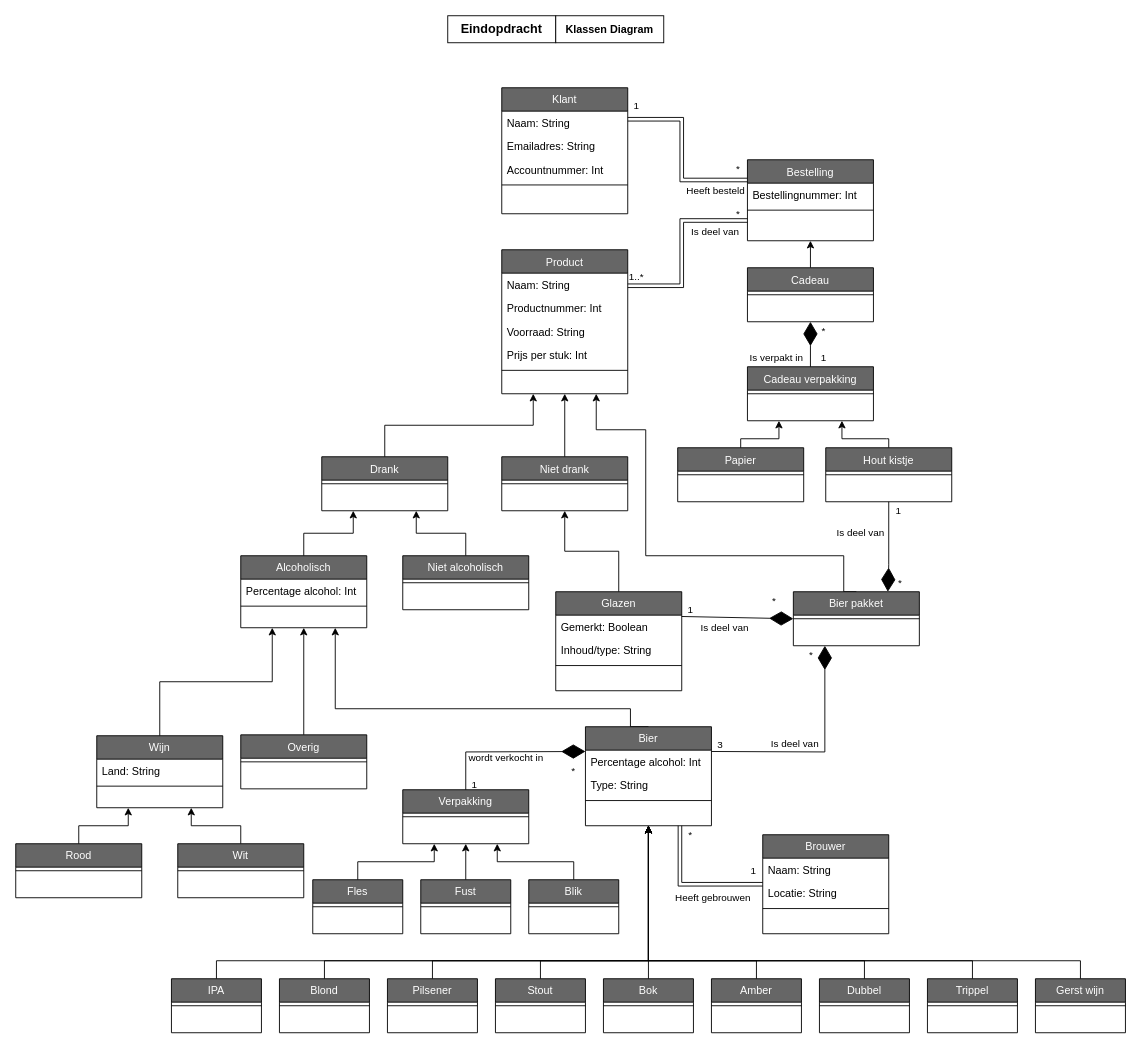
Above: page "Class_diagram" (5 of 5) of ProcesanalyseEindopdracht.drawio in EMB20/Procesanalyse (draw.io), before the change. Source tidied: cells renumbered, new cells numbered last; positions are measured from the earlier drawing's top-left corner, leaving out a move shared by most shapes. Both pictures are drawn from the tidied source at 90%, with x=0, y=0 at pixel (15, 15).
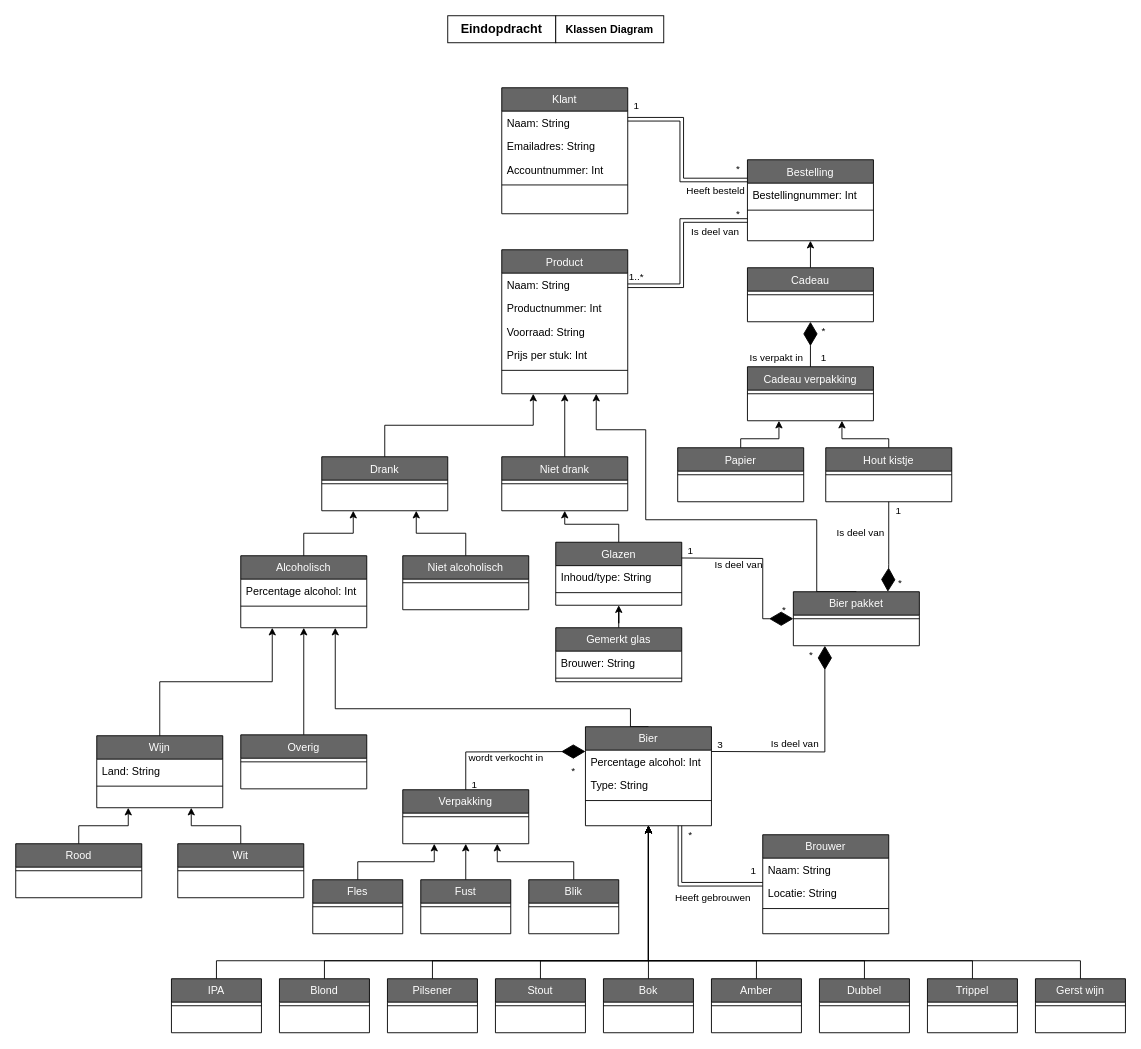
After the change.

Unchanged cells that the change refers to:
```xml
<mxCell id="5" value="Product" style="swimlane;fontStyle=0;align=center;verticalAlign=top;horizontal=1;startSize=26;rounded=0;shadow=0;strokeWidth=1;fillColor=#666666;fontColor=#FFFFFF;" parent="1" vertex="1">
  <mxGeometry x="540" y="260" width="140" height="160" as="geometry" />
</mxCell>
<mxCell id="105" value="Bier pakket" style="swimlane;fontStyle=0;align=center;verticalAlign=top;horizontal=1;startSize=26;rounded=0;shadow=0;strokeWidth=1;fillColor=#666666;fontColor=#FFFFFF;" parent="1" vertex="1">
  <mxGeometry x="864" y="640" width="140" height="60" as="geometry" />
</mxCell>
```

What changed in the source:
```diff
@@
     <mxCell id="18" value="Glazen" style="swimlane;fontStyle=0;align=center;verticalAlign=top;horizontal=1;startSize=26;rounded=0;shadow=0;strokeWidth=1;fillColor=#666666;fontColor=#FFFFFF;" parent="1" vertex="1">
-      <mxGeometry x="600" y="640" width="140" height="110" as="geometry" />
+      <mxGeometry x="600" y="585" width="140" height="70" as="geometry" />
     </mxCell>
-    <mxCell id="19" value="Gemerkt: Boolean" style="text;align=left;verticalAlign=top;spacingLeft=4;spacingRight=4;overflow=hidden;" parent="18" vertex="1">
-      <mxGeometry y="26" width="140" height="26" as="geometry" />
-    </mxCell>
     <mxCell id="20" value="Inhoud/type: String" style="text;align=left;verticalAlign=top;spacingLeft=4;spacingRight=4;overflow=hidden;rounded=0;shadow=0;html=0;" parent="18" vertex="1">
-      <mxGeometry y="52" width="140" height="26" as="geometry" />
+      <mxGeometry y="26" width="140" height="26" as="geometry" />
     </mxCell>
     <mxCell id="21" style="line;html=1;strokeWidth=1;align=left;verticalAlign=middle;spacingTop=-1;spacingLeft=3;spacingRight=3;labelPosition=right;" parent="18" vertex="1">
-      <mxGeometry y="78" width="140" height="8" as="geometry" />
+      <mxGeometry y="52" width="140" height="8" as="geometry" />
     </mxCell>
@@
     <mxCell id="104" style="edgeStyle=orthogonalEdgeStyle;rounded=0;jettySize=auto;html=1;exitX=0.5;exitY=0;exitDx=0;exitDy=0;entryX=0.75;entryY=1;entryDx=0;entryDy=0;" parent="1" edge="1" source="105" target="5">
       <mxGeometry relative="1" as="geometry">
         <Array as="points">
-          <mxPoint x="920" y="600" />
-          <mxPoint x="700" y="600" />
+          <mxPoint x="890" y="640" />
+          <mxPoint x="890" y="560" />
+          <mxPoint x="700" y="560" />
           <mxPoint x="700" y="460" />
           <mxPoint x="645" y="460" />
         </Array>
       </mxGeometry>
     </mxCell>
@@
     <mxCell id="107" style="endArrow=diamondThin;endFill=1;endSize=24;html=1;rounded=0;exitX=1;exitY=0.25;exitDx=0;exitDy=0;entryX=0;entryY=0.5;entryDx=0;entryDy=0;" parent="1" edge="1" source="18" target="105">
-      <mxGeometry relative="1" as="geometry" />
+      <mxGeometry relative="1" as="geometry">
+        <Array as="points">
+          <mxPoint x="830" y="603" />
+          <mxPoint x="830" y="670" />
+        </Array>
+      </mxGeometry>
     </mxCell>
@@
     <mxCell id="131" value="*" style="text;html=1;align=center;verticalAlign=middle;whiteSpace=wrap;rounded=0;fontSize=11;" parent="1" vertex="1">
-      <mxGeometry x="833" y="640" width="20" height="20" as="geometry" />
+      <mxGeometry x="844" y="650" width="20" height="20" as="geometry" />
     </mxCell>
@@
     <mxCell id="133" value="1" style="text;html=1;align=center;verticalAlign=middle;whiteSpace=wrap;rounded=0;fontSize=11;" parent="1" vertex="1">
-      <mxGeometry x="740" y="650" width="20" height="20" as="geometry" />
+      <mxGeometry x="740" y="585" width="20" height="20" as="geometry" />
     </mxCell>
@@
     <mxCell id="141" value="Is deel van" style="text;html=1;align=center;verticalAlign=middle;whiteSpace=wrap;rounded=0;fontSize=11;" parent="1" vertex="1">
-      <mxGeometry x="743" y="670" width="90" height="20" as="geometry" />
+      <mxGeometry x="774.5" y="600" width="57" height="20" as="geometry" />
     </mxCell>
+    <mxCell id="142" style="edgeStyle=orthogonalEdgeStyle;rounded=0;jettySize=auto;html=1;entryX=0.5;entryY=1;entryDx=0;entryDy=0;" parent="1" edge="1" source="143" target="18">
+      <mxGeometry relative="1" as="geometry" />
+    </mxCell>
+    <mxCell id="143" value="Gemerkt glas" style="swimlane;fontStyle=0;align=center;verticalAlign=top;horizontal=1;startSize=26;rounded=0;shadow=0;strokeWidth=1;fillColor=#666666;fontColor=#FFFFFF;" parent="1" vertex="1">
+      <mxGeometry x="600" y="680" width="140" height="60" as="geometry" />
+    </mxCell>
+    <mxCell id="144" value="Brouwer: String" style="text;align=left;verticalAlign=top;spacingLeft=4;spacingRight=4;overflow=hidden;rounded=0;shadow=0;html=0;" parent="143" vertex="1">
+      <mxGeometry y="26" width="140" height="26" as="geometry" />
+    </mxCell>
+    <mxCell id="145" style="line;html=1;strokeWidth=1;align=left;verticalAlign=middle;spacingTop=-1;spacingLeft=3;spacingRight=3;labelPosition=right;" parent="143" vertex="1">
+      <mxGeometry y="52" width="140" height="8" as="geometry" />
+    </mxCell>
```
